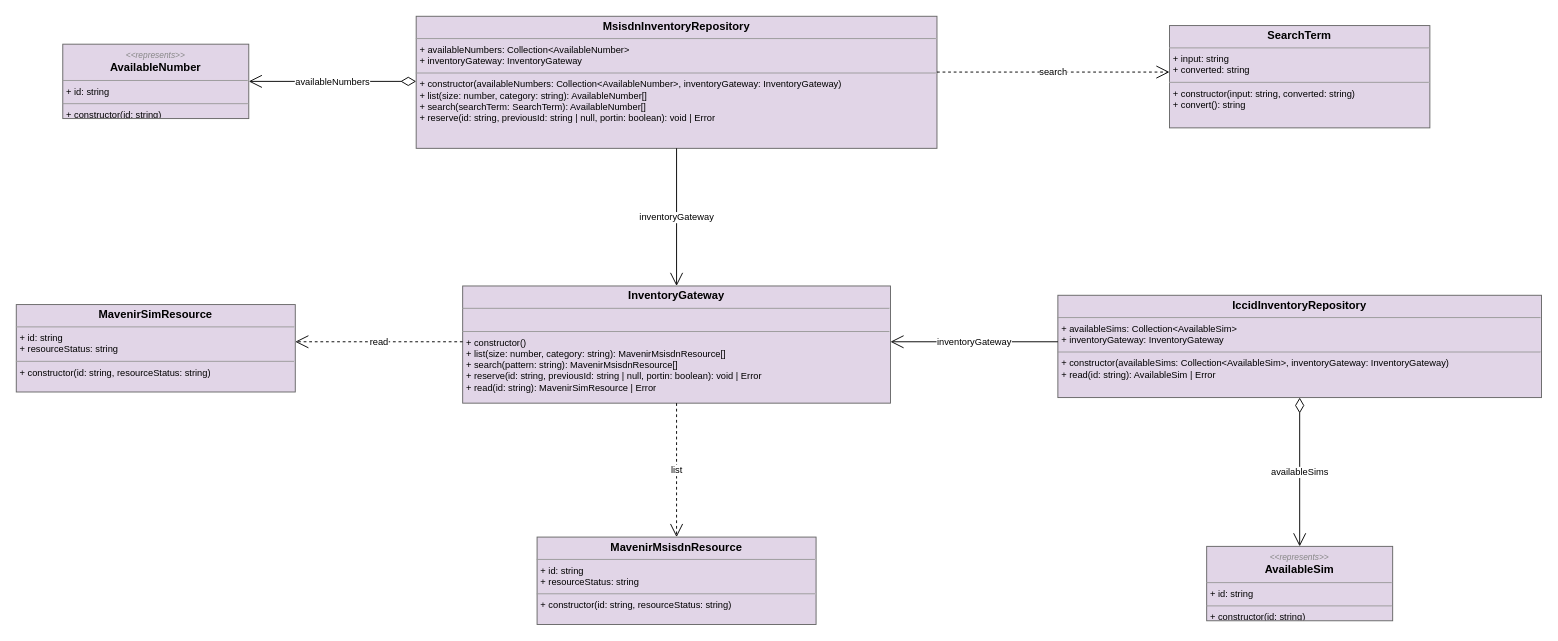
The draw.io diagram cdd_guidance/practices/clean_engineering/model/_examples/actual/from-typescript/to-drawio/number/numbers.drawio in abd-works/abd-context-driven-delivery, before the edit. Source tidied: cells renumbered, new cells numbered last; positions are measured from the earlier drawing's top-left corner, leaving out a move shared by most shapes. Both pictures are drawn from the tidied source at 93%, with x=0, y=0 at pixel (16, 16).
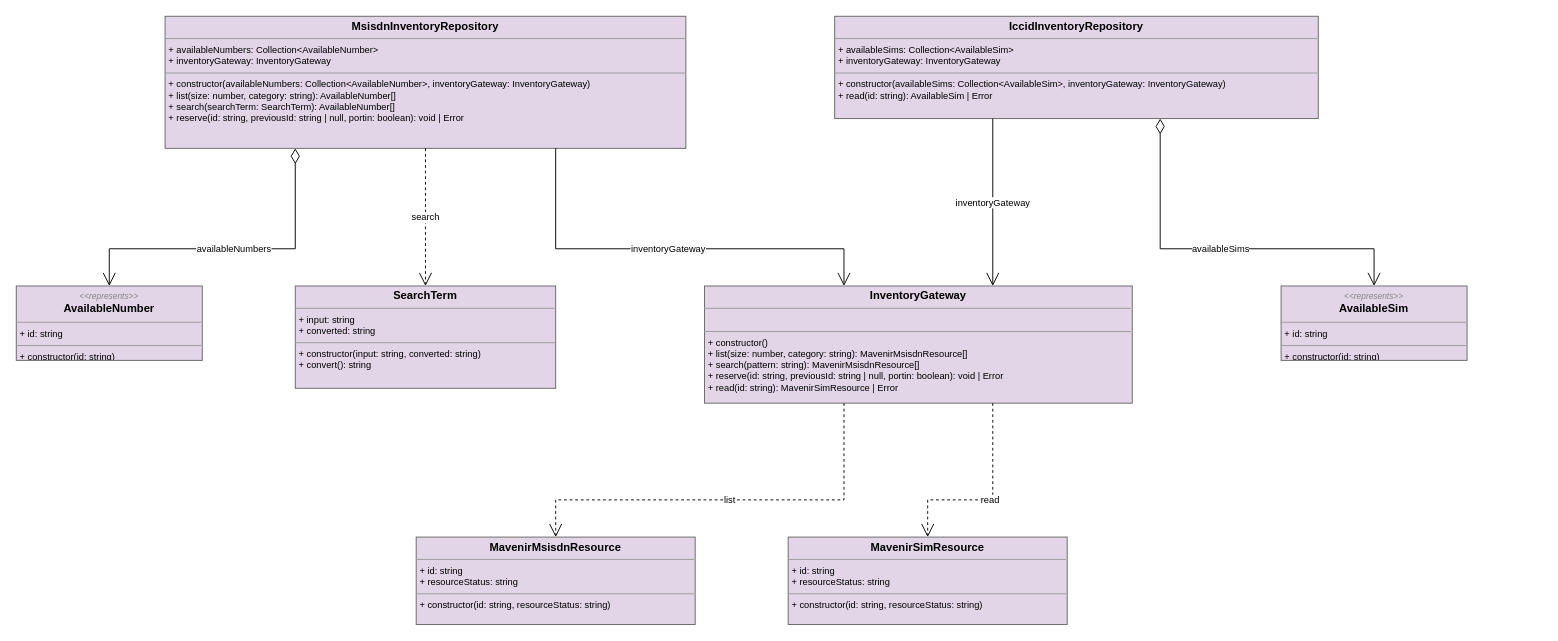
The same diagram, later.

Diff of the diagram source:
```diff
@@
     <mxCell id="2" value="&lt;p style=&quot;margin:0px;margin-top:4px;text-align:center;&quot;&gt;&lt;b&gt;MsisdnInventoryRepository&lt;/b&gt;&lt;/p&gt;&lt;hr size=&quot;1&quot;/&gt;&lt;p style=&quot;margin:0px;margin-left:4px;font-size:10px;&quot;&gt;+ availableNumbers: Collection&amp;lt;AvailableNumber&amp;gt;&lt;br/&gt;+ inventoryGateway: InventoryGateway&lt;br/&gt;&lt;/p&gt;&lt;hr size=&quot;1&quot;/&gt;&lt;p style=&quot;margin:0px;margin-left:4px;font-size:10px;&quot;&gt;+ constructor(availableNumbers: Collection&amp;lt;AvailableNumber&amp;gt;, inventoryGateway: InventoryGateway)&lt;br/&gt;+ list(size: number, category: string): AvailableNumber[]&lt;br/&gt;+ search(searchTerm: SearchTerm): AvailableNumber[]&lt;br/&gt;+ reserve(id: string, previousId: string | null, portin: boolean): void | Error&lt;br/&gt;&lt;/p&gt;" style="verticalAlign=top;align=left;overflow=fill;fontSize=12;fontFamily=Helvetica;html=1;whiteSpace=wrap;fillColor=#e1d5e7;strokeColor=#666666;module=Numbers and SIMs;" parent="1" vertex="1">
-      <mxGeometry x="430" width="560" height="142" as="geometry" />
+      <mxGeometry x="160" width="560" height="142" as="geometry" />
     </mxCell>
     <mxCell id="3" value="&lt;p style=&quot;margin:0px;margin-top:4px;text-align:center;&quot;&gt;&lt;b&gt;IccidInventoryRepository&lt;/b&gt;&lt;/p&gt;&lt;hr size=&quot;1&quot;/&gt;&lt;p style=&quot;margin:0px;margin-left:4px;font-size:10px;&quot;&gt;+ availableSims: Collection&amp;lt;AvailableSim&amp;gt;&lt;br/&gt;+ inventoryGateway: InventoryGateway&lt;br/&gt;&lt;/p&gt;&lt;hr size=&quot;1&quot;/&gt;&lt;p style=&quot;margin:0px;margin-left:4px;font-size:10px;&quot;&gt;+ constructor(availableSims: Collection&amp;lt;AvailableSim&amp;gt;, inventoryGateway: InventoryGateway)&lt;br/&gt;+ read(id: string): AvailableSim | Error&lt;br/&gt;&lt;/p&gt;" style="verticalAlign=top;align=left;overflow=fill;fontSize=12;fontFamily=Helvetica;html=1;whiteSpace=wrap;fillColor=#e1d5e7;strokeColor=#666666;module=Numbers and SIMs;" parent="1" vertex="1">
-      <mxGeometry x="1120" y="300" width="520" height="110" as="geometry" />
+      <mxGeometry x="880" width="520" height="110" as="geometry" />
     </mxCell>
     <mxCell id="4" value="&lt;p style=&quot;margin:0px;margin-top:4px;text-align:center;&quot;&gt;&lt;i style=&quot;font-size:9px;color:#888;&quot;&gt;&amp;lt;&amp;lt;represents&amp;gt;&amp;gt;&lt;/i&gt;&lt;br/&gt;&lt;b&gt;AvailableNumber&lt;/b&gt;&lt;/p&gt;&lt;hr size=&quot;1&quot;/&gt;&lt;p style=&quot;margin:0px;margin-left:4px;font-size:10px;&quot;&gt;+ id: string&lt;br/&gt;&lt;/p&gt;&lt;hr size=&quot;1&quot;/&gt;&lt;p style=&quot;margin:0px;margin-left:4px;font-size:10px;&quot;&gt;+ constructor(id: string)&lt;br/&gt;&lt;/p&gt;" style="verticalAlign=top;align=left;overflow=fill;fontSize=12;fontFamily=Helvetica;html=1;whiteSpace=wrap;fillColor=#e1d5e7;strokeColor=#666666;module=Numbers and SIMs;" parent="1" vertex="1">
-      <mxGeometry x="50" y="30" width="200" height="80" as="geometry" />
+      <mxGeometry y="290" width="200" height="80" as="geometry" />
     </mxCell>
     <mxCell id="5" value="&lt;p style=&quot;margin:0px;margin-top:4px;text-align:center;&quot;&gt;&lt;i style=&quot;font-size:9px;color:#888;&quot;&gt;&amp;lt;&amp;lt;represents&amp;gt;&amp;gt;&lt;/i&gt;&lt;br/&gt;&lt;b&gt;AvailableSim&lt;/b&gt;&lt;/p&gt;&lt;hr size=&quot;1&quot;/&gt;&lt;p style=&quot;margin:0px;margin-left:4px;font-size:10px;&quot;&gt;+ id: string&lt;br/&gt;&lt;/p&gt;&lt;hr size=&quot;1&quot;/&gt;&lt;p style=&quot;margin:0px;margin-left:4px;font-size:10px;&quot;&gt;+ constructor(id: string)&lt;br/&gt;&lt;/p&gt;" style="verticalAlign=top;align=left;overflow=fill;fontSize=12;fontFamily=Helvetica;html=1;whiteSpace=wrap;fillColor=#e1d5e7;strokeColor=#666666;module=Numbers and SIMs;" parent="1" vertex="1">
-      <mxGeometry x="1280" y="570" width="200" height="80" as="geometry" />
+      <mxGeometry x="1360" y="290" width="200" height="80" as="geometry" />
     </mxCell>
     <mxCell id="6" value="&lt;p style=&quot;margin:0px;margin-top:4px;text-align:center;&quot;&gt;&lt;b&gt;SearchTerm&lt;/b&gt;&lt;/p&gt;&lt;hr size=&quot;1&quot;/&gt;&lt;p style=&quot;margin:0px;margin-left:4px;font-size:10px;&quot;&gt;+ input: string&lt;br/&gt;+ converted: string&lt;br/&gt;&lt;/p&gt;&lt;hr size=&quot;1&quot;/&gt;&lt;p style=&quot;margin:0px;margin-left:4px;font-size:10px;&quot;&gt;+ constructor(input: string, converted: string)&lt;br/&gt;+ convert(): string&lt;br/&gt;&lt;/p&gt;" style="verticalAlign=top;align=left;overflow=fill;fontSize=12;fontFamily=Helvetica;html=1;whiteSpace=wrap;fillColor=#e1d5e7;strokeColor=#666666;module=Numbers and SIMs;" parent="1" vertex="1">
-      <mxGeometry x="1240" y="10" width="280" height="110" as="geometry" />
+      <mxGeometry x="300" y="290" width="280" height="110" as="geometry" />
     </mxCell>
     <mxCell id="7" value="&lt;p style=&quot;margin:0px;margin-top:4px;text-align:center;&quot;&gt;&lt;b&gt;MavenirMsisdnResource&lt;/b&gt;&lt;/p&gt;&lt;hr size=&quot;1&quot;/&gt;&lt;p style=&quot;margin:0px;margin-left:4px;font-size:10px;&quot;&gt;+ id: string&lt;br/&gt;+ resourceStatus: string&lt;br/&gt;&lt;/p&gt;&lt;hr size=&quot;1&quot;/&gt;&lt;p style=&quot;margin:0px;margin-left:4px;font-size:10px;&quot;&gt;+ constructor(id: string, resourceStatus: string)&lt;br/&gt;&lt;/p&gt;" style="verticalAlign=top;align=left;overflow=fill;fontSize=12;fontFamily=Helvetica;html=1;whiteSpace=wrap;fillColor=#e1d5e7;strokeColor=#666666;module=Numbers and SIMs;" parent="1" vertex="1">
-      <mxGeometry x="560" y="560" width="300" height="94" as="geometry" />
+      <mxGeometry x="430" y="560" width="300" height="94" as="geometry" />
     </mxCell>
     <mxCell id="8" value="&lt;p style=&quot;margin:0px;margin-top:4px;text-align:center;&quot;&gt;&lt;b&gt;InventoryGateway&lt;/b&gt;&lt;/p&gt;&lt;hr size=&quot;1&quot;/&gt;&lt;p style=&quot;margin:0px;margin-left:4px;font-size:10px;&quot;&gt;&lt;br/&gt;&lt;/p&gt;&lt;hr size=&quot;1&quot;/&gt;&lt;p style=&quot;margin:0px;margin-left:4px;font-size:10px;&quot;&gt;+ constructor()&lt;br/&gt;+ list(size: number, category: string): MavenirMsisdnResource[]&lt;br/&gt;+ search(pattern: string): MavenirMsisdnResource[]&lt;br/&gt;+ reserve(id: string, previousId: string | null, portin: boolean): void | Error&lt;br/&gt;+ read(id: string): MavenirSimResource | Error&lt;br/&gt;&lt;/p&gt;" style="verticalAlign=top;align=left;overflow=fill;fontSize=12;fontFamily=Helvetica;html=1;whiteSpace=wrap;fillColor=#e1d5e7;strokeColor=#666666;module=Numbers and SIMs;" parent="1" vertex="1">
-      <mxGeometry x="480" y="290" width="460" height="126" as="geometry" />
+      <mxGeometry x="740" y="290" width="460" height="126" as="geometry" />
     </mxCell>
     <mxCell id="9" value="&lt;p style=&quot;margin:0px;margin-top:4px;text-align:center;&quot;&gt;&lt;b&gt;MavenirSimResource&lt;/b&gt;&lt;/p&gt;&lt;hr size=&quot;1&quot;/&gt;&lt;p style=&quot;margin:0px;margin-left:4px;font-size:10px;&quot;&gt;+ id: string&lt;br/&gt;+ resourceStatus: string&lt;br/&gt;&lt;/p&gt;&lt;hr size=&quot;1&quot;/&gt;&lt;p style=&quot;margin:0px;margin-left:4px;font-size:10px;&quot;&gt;+ constructor(id: string, resourceStatus: string)&lt;br/&gt;&lt;/p&gt;" style="verticalAlign=top;align=left;overflow=fill;fontSize=12;fontFamily=Helvetica;html=1;whiteSpace=wrap;fillColor=#e1d5e7;strokeColor=#666666;module=Numbers and SIMs;" parent="1" vertex="1">
-      <mxGeometry y="310" width="300" height="94" as="geometry" />
+      <mxGeometry x="830" y="560" width="300" height="94" as="geometry" />
     </mxCell>
-    <mxCell id="10" value="availableNumbers" style="edgeStyle=orthogonalEdgeStyle;rounded=0;html=1;fontSize=10;labelBackgroundColor=#ffffff;startArrow=diamondThin;startFill=0;startSize=14;endArrow=open;endSize=12;exitX=0.0;exitY=0.493;exitDx=0;exitDy=0;exitPerimeter=0;entryX=1.0;entryY=0.5;entryDx=0;entryDy=0;entryPerimeter=0;" parent="1" edge="1" source="2" target="4">
-      <mxGeometry relative="1" as="geometry" />
+    <mxCell id="10" value="availableNumbers" style="edgeStyle=orthogonalEdgeStyle;rounded=0;html=1;fontSize=10;labelBackgroundColor=#ffffff;startArrow=diamondThin;startFill=0;startSize=14;endArrow=open;endSize=12;exitX=0.25;exitY=1.0;exitDx=0;exitDy=0;exitPerimeter=0;entryX=0.5;entryY=0.0;entryDx=0;entryDy=0;entryPerimeter=0;" parent="1" edge="1" source="2" target="4">
+      <mxGeometry relative="1" as="geometry">
+        <Array as="points">
+          <mxPoint x="300" y="250" />
+          <mxPoint x="100" y="250" />
+        </Array>
+      </mxGeometry>
     </mxCell>
-    <mxCell id="11" value="inventoryGateway" style="edgeStyle=orthogonalEdgeStyle;rounded=0;html=1;fontSize=10;labelBackgroundColor=#ffffff;endArrow=open;endSize=12;exitX=0.5;exitY=1.0;exitDx=0;exitDy=0;exitPerimeter=0;entryX=0.5;entryY=0.0;entryDx=0;entryDy=0;entryPerimeter=0;" parent="1" edge="1" source="2" target="8">
-      <mxGeometry relative="1" as="geometry" />
+    <mxCell id="11" value="inventoryGateway" style="edgeStyle=orthogonalEdgeStyle;rounded=0;html=1;fontSize=10;labelBackgroundColor=#ffffff;endArrow=open;endSize=12;exitX=0.75;exitY=1.0;exitDx=0;exitDy=0;exitPerimeter=0;entryX=0.3261;entryY=0.0;entryDx=0;entryDy=0;entryPerimeter=0;" parent="1" edge="1" source="2" target="8">
+      <mxGeometry relative="1" as="geometry">
+        <Array as="points">
+          <mxPoint x="580" y="250" />
+          <mxPoint x="890" y="250" />
+        </Array>
+      </mxGeometry>
     </mxCell>
-    <mxCell id="12" value="availableSims" style="edgeStyle=orthogonalEdgeStyle;rounded=0;html=1;fontSize=10;labelBackgroundColor=#ffffff;startArrow=diamondThin;startFill=0;startSize=14;endArrow=open;endSize=12;exitX=0.5;exitY=1.0;exitDx=0;exitDy=0;exitPerimeter=0;entryX=0.5;entryY=0.0;entryDx=0;entryDy=0;entryPerimeter=0;" parent="1" edge="1" source="3" target="5">
-      <mxGeometry relative="1" as="geometry" />
+    <mxCell id="12" value="availableSims" style="edgeStyle=orthogonalEdgeStyle;rounded=0;html=1;fontSize=10;labelBackgroundColor=#ffffff;startArrow=diamondThin;startFill=0;startSize=14;endArrow=open;endSize=12;exitX=0.6731;exitY=1.0;exitDx=0;exitDy=0;exitPerimeter=0;entryX=0.5;entryY=0.0;entryDx=0;entryDy=0;entryPerimeter=0;" parent="1" edge="1" source="3" target="5">
+      <mxGeometry relative="1" as="geometry">
+        <Array as="points">
+          <mxPoint x="1230" y="250" />
+          <mxPoint x="1460" y="250" />
+        </Array>
+      </mxGeometry>
     </mxCell>
-    <mxCell id="13" value="inventoryGateway" style="edgeStyle=orthogonalEdgeStyle;rounded=0;html=1;fontSize=10;labelBackgroundColor=#ffffff;endArrow=open;endSize=12;exitX=0.0;exitY=0.4545;exitDx=0;exitDy=0;exitPerimeter=0;entryX=1.0;entryY=0.4762;entryDx=0;entryDy=0;entryPerimeter=0;" parent="1" edge="1" source="3" target="8">
+    <mxCell id="13" value="inventoryGateway" style="edgeStyle=orthogonalEdgeStyle;rounded=0;html=1;fontSize=10;labelBackgroundColor=#ffffff;endArrow=open;endSize=12;exitX=0.3269;exitY=1.0;exitDx=0;exitDy=0;exitPerimeter=0;entryX=0.6739;entryY=0.0;entryDx=0;entryDy=0;entryPerimeter=0;" parent="1" edge="1" source="3" target="8">
       <mxGeometry relative="1" as="geometry" />
     </mxCell>
-    <mxCell id="14" value="list" style="edgeStyle=orthogonalEdgeStyle;rounded=0;html=1;fontSize=10;labelBackgroundColor=#ffffff;dashed=1;endArrow=open;endSize=12;exitX=0.5;exitY=1.0;exitDx=0;exitDy=0;exitPerimeter=0;entryX=0.5;entryY=0.0;entryDx=0;entryDy=0;entryPerimeter=0;" parent="1" edge="1" source="8" target="7">
-      <mxGeometry relative="1" as="geometry" />
+    <mxCell id="14" value="list" style="edgeStyle=orthogonalEdgeStyle;rounded=0;html=1;fontSize=10;labelBackgroundColor=#ffffff;dashed=1;endArrow=open;endSize=12;exitX=0.3261;exitY=1.0;exitDx=0;exitDy=0;exitPerimeter=0;entryX=0.5;entryY=0.0;entryDx=0;entryDy=0;entryPerimeter=0;" parent="1" edge="1" source="8" target="7">
+      <mxGeometry relative="1" as="geometry">
+        <Array as="points">
+          <mxPoint x="890" y="520" />
+          <mxPoint x="580" y="520" />
+        </Array>
+      </mxGeometry>
     </mxCell>
-    <mxCell id="15" value="read" style="edgeStyle=orthogonalEdgeStyle;rounded=0;html=1;fontSize=10;labelBackgroundColor=#ffffff;dashed=1;endArrow=open;endSize=12;exitX=0.0;exitY=0.4762;exitDx=0;exitDy=0;exitPerimeter=0;entryX=1.0;entryY=0.4255;entryDx=0;entryDy=0;entryPerimeter=0;" parent="1" edge="1" source="8" target="9">
-      <mxGeometry relative="1" as="geometry" />
+    <mxCell id="15" value="read" style="edgeStyle=orthogonalEdgeStyle;rounded=0;html=1;fontSize=10;labelBackgroundColor=#ffffff;dashed=1;endArrow=open;endSize=12;exitX=0.6739;exitY=1.0;exitDx=0;exitDy=0;exitPerimeter=0;entryX=0.5;entryY=0.0;entryDx=0;entryDy=0;entryPerimeter=0;" parent="1" edge="1" source="8" target="9">
+      <mxGeometry relative="1" as="geometry">
+        <Array as="points">
+          <mxPoint x="1050" y="520" />
+          <mxPoint x="980" y="520" />
+        </Array>
+      </mxGeometry>
     </mxCell>
-    <mxCell id="16" value="search" style="edgeStyle=orthogonalEdgeStyle;rounded=0;html=1;fontSize=10;labelBackgroundColor=#ffffff;dashed=1;endArrow=open;endSize=12;exitX=1.0;exitY=0.4225;exitDx=0;exitDy=0;exitPerimeter=0;entryX=0.0;entryY=0.4545;entryDx=0;entryDy=0;entryPerimeter=0;" parent="1" edge="1" source="2" target="6">
+    <mxCell id="16" value="search" style="edgeStyle=orthogonalEdgeStyle;rounded=0;html=1;fontSize=10;labelBackgroundColor=#ffffff;dashed=1;endArrow=open;endSize=12;exitX=0.5;exitY=1.0;exitDx=0;exitDy=0;exitPerimeter=0;entryX=0.5;entryY=0.0;entryDx=0;entryDy=0;entryPerimeter=0;" parent="1" edge="1" source="2" target="6">
       <mxGeometry relative="1" as="geometry" />
     </mxCell>
```
